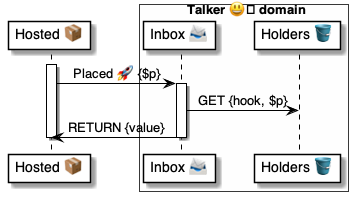
Before: 4 ⚙️ Solution/35 💬 Chats/Talkers 😃/😃🅰️ Talker methods/Placed 🧑‍💻🚀😃/😃 Placed ⚙️ uml.png, a diagram exported from PlantUML (pollyweb-org/pollyweb-docs). Its source is kept beside it as 4 ⚙️ Solution/35 💬 Chats/Talkers 😃/😃🅰️ Talker methods/Placed 🧑‍💻🚀😃/😃 Placed ⚙️ uml.puml.
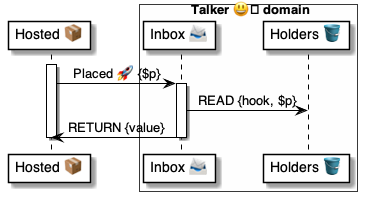
After the change.

Change to the diagram source:
```diff
@@ -12,7 +12,7 @@
     hosted -> inbox: Placed 🚀 {$p}
 
     activate inbox
-        inbox -> holders: GET {hook, $p}
+        inbox -> holders: READ {hook, $p}
         inbox -> hosted: RETURN {value}
     deactivate inbox
 
```
